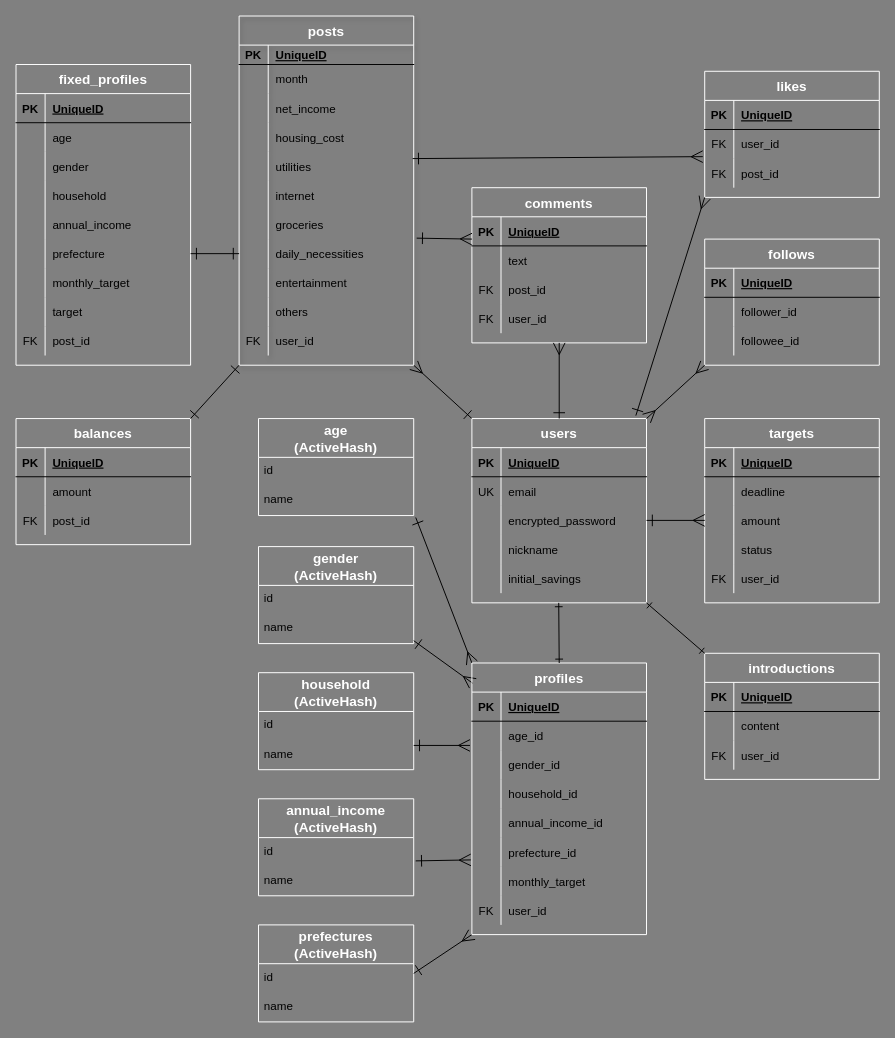
The draw.io diagram er.dio in Jun-130/piling-up, before the edit. Source tidied: cells renumbered, new cells numbered last; positions are measured from the earlier drawing's top-left corner, leaving out a move shared by most shapes. Both pictures are drawn from the tidied source at 97%, with x=0, y=0 at pixel (16, 16).
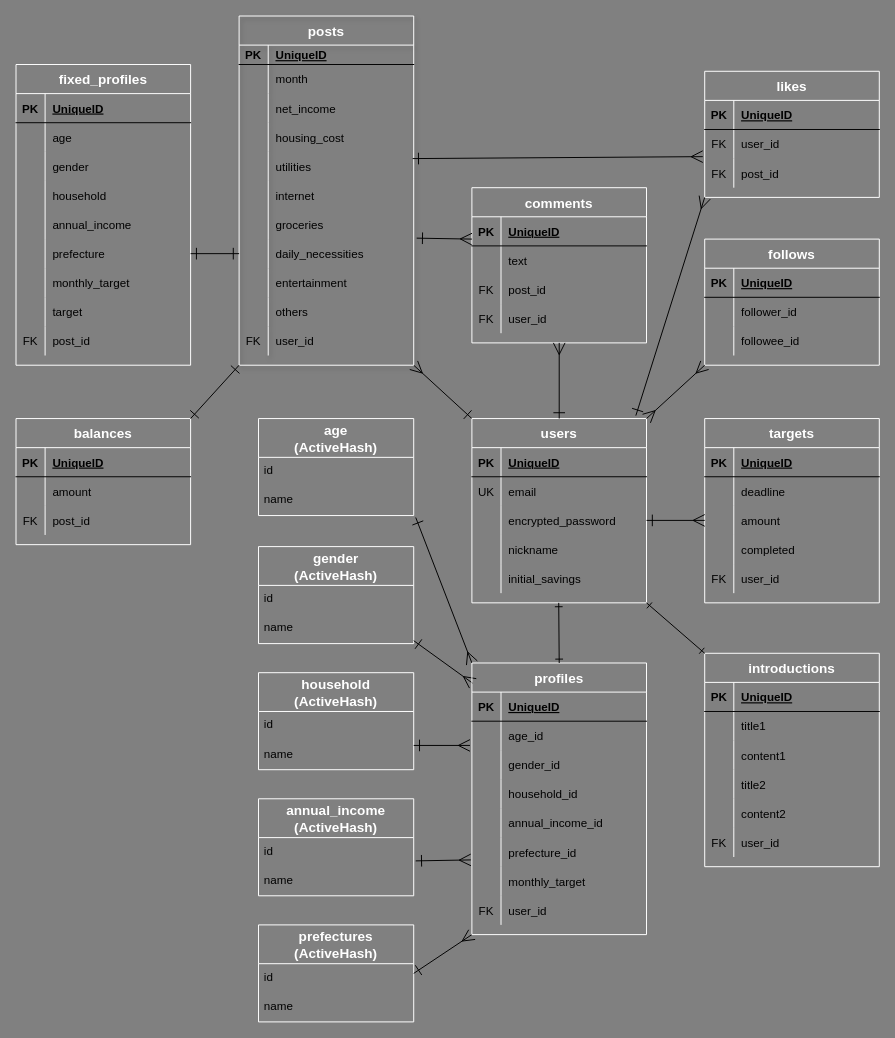
The same diagram, later.

The change refers to these unchanged cells:
```xml
<mxCell id="108" style="shape=partialRectangle;fillColor=none;top=0;left=0;bottom=0;right=0;" parent="98" vertex="1">
  <mxGeometry y="120" width="180" height="30" as="geometry" />
</mxCell>
<mxCell id="183" style="shape=partialRectangle;fillColor=none;top=0;left=0;bottom=0;right=0;" parent="179" vertex="1">
  <mxGeometry y="60" width="180" height="30" as="geometry" />
</mxCell>
```

Change to the diagram source:
```diff
@@
-    <mxCell id="110" value="status" style="shape=partialRectangle;fillColor=none;top=0;left=0;bottom=0;right=0;align=left;spacingLeft=6;overflow=hidden;" parent="108" vertex="1">
+    <mxCell id="110" value="completed" style="shape=partialRectangle;fillColor=none;top=0;left=0;bottom=0;right=0;align=left;spacingLeft=6;overflow=hidden;" parent="108" vertex="1">
       <mxGeometry x="30" width="150" height="30" as="geometry" />
     </mxCell>
@@
     <mxCell id="179" value="introductions" style="shape=table;startSize=30;childLayout=tableLayout;rowLines=0;fontStyle=1;align=center;fillColor=none;strokeColor=#FFFFFF;fontSize=14;fontColor=#FFFFFF;labelBackgroundColor=none;" parent="1" vertex="1">
-      <mxGeometry x="710" y="657" width="180" height="130" as="geometry" />
+      <mxGeometry x="710" y="657" width="180" height="220" as="geometry" />
     </mxCell>
@@
-    <mxCell id="185" value="content" style="shape=partialRectangle;fillColor=none;top=0;left=0;bottom=0;right=0;align=left;spacingLeft=6;overflow=hidden;" parent="183" vertex="1">
+    <mxCell id="185" value="title1" style="shape=partialRectangle;fillColor=none;top=0;left=0;bottom=0;right=0;align=left;spacingLeft=6;overflow=hidden;" parent="183" vertex="1">
       <mxGeometry x="30" width="150" height="30" as="geometry" />
     </mxCell>
+    <mxCell id="206" style="shape=partialRectangle;fillColor=none;top=0;left=0;bottom=0;right=0;" parent="179" vertex="1">
+      <mxGeometry y="90" width="180" height="30" as="geometry" />
+    </mxCell>
+    <mxCell id="207" style="shape=partialRectangle;fillColor=none;top=0;left=0;bottom=0;right=0;overflow=hidden;" parent="206" vertex="1">
+      <mxGeometry width="30" height="30" as="geometry" />
+    </mxCell>
+    <mxCell id="208" value="content1" style="shape=partialRectangle;fillColor=none;top=0;left=0;bottom=0;right=0;align=left;spacingLeft=6;overflow=hidden;" parent="206" vertex="1">
+      <mxGeometry x="30" width="150" height="30" as="geometry" />
+    </mxCell>
+    <mxCell id="209" style="shape=partialRectangle;fillColor=none;top=0;left=0;bottom=0;right=0;" parent="179" vertex="1">
+      <mxGeometry y="120" width="180" height="30" as="geometry" />
+    </mxCell>
+    <mxCell id="210" value="    " style="shape=partialRectangle;fillColor=none;top=0;left=0;bottom=0;right=0;overflow=hidden;" parent="209" vertex="1">
+      <mxGeometry width="30" height="30" as="geometry" />
+    </mxCell>
+    <mxCell id="211" value="title2" style="shape=partialRectangle;fillColor=none;top=0;left=0;bottom=0;right=0;align=left;spacingLeft=6;overflow=hidden;" parent="209" vertex="1">
+      <mxGeometry x="30" width="150" height="30" as="geometry" />
+    </mxCell>
+    <mxCell id="212" style="shape=partialRectangle;fillColor=none;top=0;left=0;bottom=0;right=0;" parent="179" vertex="1">
+      <mxGeometry y="150" width="180" height="30" as="geometry" />
+    </mxCell>
+    <mxCell id="213" style="shape=partialRectangle;fillColor=none;top=0;left=0;bottom=0;right=0;overflow=hidden;" parent="212" vertex="1">
+      <mxGeometry width="30" height="30" as="geometry" />
+    </mxCell>
+    <mxCell id="214" value="content2" style="shape=partialRectangle;fillColor=none;top=0;left=0;bottom=0;right=0;align=left;spacingLeft=6;overflow=hidden;" parent="212" vertex="1">
+      <mxGeometry x="30" width="150" height="30" as="geometry" />
+    </mxCell>
     <mxCell id="186" style="shape=partialRectangle;fillColor=none;top=0;left=0;bottom=0;right=0;" parent="179" vertex="1">
-      <mxGeometry y="90" width="180" height="30" as="geometry" />
+      <mxGeometry y="180" width="180" height="30" as="geometry" />
     </mxCell>
```
